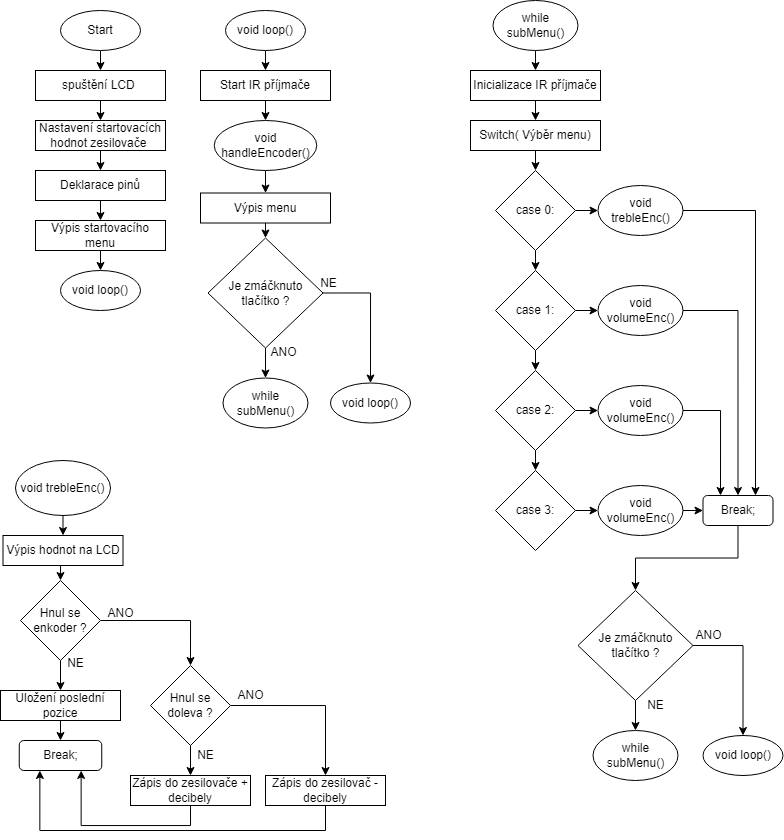
Above: Code_flowchart.png in Polkorabjaroslav/Project_adruinonano_encodermenu (draw.io), before the change. Source tidied: cells renumbered, new cells last; positions are measured from the earlier drawing's top-left corner, leaving out a move shared by most shapes.
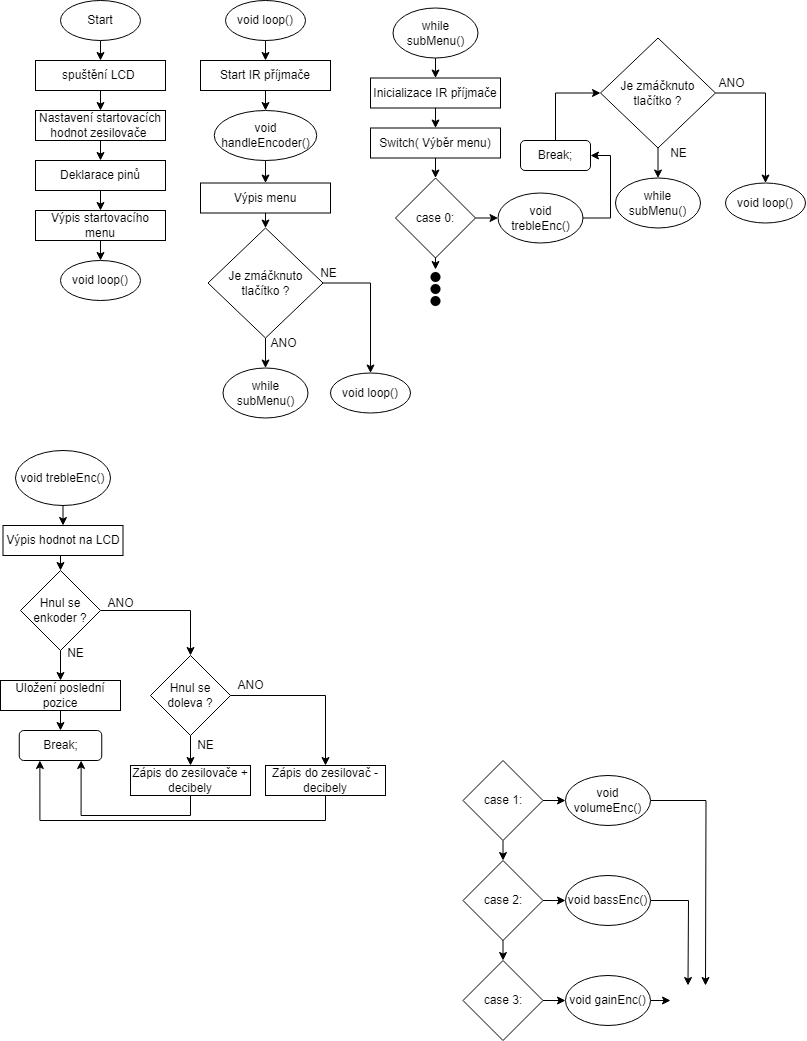
After the change.

What changed in the source:
```diff
@@ -77,28 +77,45 @@
       <mxGeometry relative="1" as="geometry" />
     </mxCell>
     <mxCell id="26" value="while subMenu()" style="ellipse;whiteSpace=wrap;html=1;" parent="1" vertex="1">
-      <mxGeometry x="492.5" width="85" height="50" as="geometry" />
+      <mxGeometry x="392.5" y="17.5" width="85" height="50" as="geometry" />
     </mxCell>
     <mxCell id="27" style="edgeStyle=orthogonalEdgeStyle;rounded=0;jettySize=auto;html=1;exitX=0.5;exitY=1;exitDx=0;exitDy=0;entryX=0.5;entryY=0;entryDx=0;entryDy=0;" parent="1" edge="1" source="28" target="30">
       <mxGeometry relative="1" as="geometry" />
     </mxCell>
     <mxCell id="28" value="Inicializace IR příjmače" style="rounded=0;whiteSpace=wrap;html=1;" parent="1" vertex="1">
-      <mxGeometry x="470" y="70" width="130" height="30" as="geometry" />
+      <mxGeometry x="370" y="87.5" width="130" height="30" as="geometry" />
     </mxCell>
     <mxCell id="29" style="edgeStyle=orthogonalEdgeStyle;rounded=0;jettySize=auto;html=1;exitX=0.5;exitY=1;exitDx=0;exitDy=0;entryX=0.5;entryY=0;entryDx=0;entryDy=0;" parent="1" edge="1" source="30" target="33">
       <mxGeometry relative="1" as="geometry" />
     </mxCell>
     <mxCell id="30" value="Switch( Výběr menu)" style="rounded=0;whiteSpace=wrap;html=1;" parent="1" vertex="1">
-      <mxGeometry x="470" y="120" width="130" height="30" as="geometry" />
+      <mxGeometry x="370" y="137.5" width="130" height="30" as="geometry" />
     </mxCell>
-    <mxCell id="31" style="edgeStyle=orthogonalEdgeStyle;rounded=0;jettySize=auto;html=1;exitX=0.5;exitY=1;exitDx=0;exitDy=0;entryX=0.5;entryY=0;entryDx=0;entryDy=0;" parent="1" edge="1" source="33" target="36">
-      <mxGeometry relative="1" as="geometry" />
-    </mxCell>
     <mxCell id="32" style="edgeStyle=orthogonalEdgeStyle;rounded=0;jettySize=auto;html=1;exitX=1;exitY=0.5;exitDx=0;exitDy=0;entryX=0;entryY=0.5;entryDx=0;entryDy=0;" parent="1" edge="1" source="33" target="51">
       <mxGeometry relative="1" as="geometry" />
     </mxCell>
+    <mxCell id="84" style="edgeStyle=orthogonalEdgeStyle;rounded=0;jettySize=auto;html=1;exitX=0.5;exitY=1;exitDx=0;exitDy=0;" parent="1" edge="1" source="33">
+      <mxGeometry relative="1" as="geometry">
+        <mxPoint x="435" y="240" as="targetPoint" />
+      </mxGeometry>
+    </mxCell>
+    <mxCell id="85" style="edgeStyle=orthogonalEdgeStyle;rounded=0;jettySize=auto;html=1;exitX=0.5;exitY=1;exitDx=0;exitDy=0;" parent="1" edge="1" source="33">
+      <mxGeometry relative="1" as="geometry">
+        <mxPoint x="435" y="250" as="targetPoint" />
+      </mxGeometry>
+    </mxCell>
+    <mxCell id="86" style="edgeStyle=orthogonalEdgeStyle;rounded=0;orthogonalLoop=1;jettySize=auto;html=1;exitX=0.5;exitY=1;exitDx=0;exitDy=0;" parent="1" edge="1">
+      <mxGeometry relative="1" as="geometry">
+        <mxPoint x="435" y="256.5" as="sourcePoint" />
+        <mxPoint x="435" y="279" as="targetPoint" />
+        <Array as="points">
+          <mxPoint x="435" y="259" />
+          <mxPoint x="435" y="259" />
+        </Array>
+      </mxGeometry>
+    </mxCell>
     <mxCell id="33" value="case 0:" style="rhombus;whiteSpace=wrap;html=1;" parent="1" vertex="1">
-      <mxGeometry x="495" y="170" width="80" height="80" as="geometry" />
+      <mxGeometry x="395" y="187.5" width="80" height="80" as="geometry" />
     </mxCell>
     <mxCell id="34" style="edgeStyle=orthogonalEdgeStyle;rounded=0;jettySize=auto;html=1;exitX=0.5;exitY=1;exitDx=0;exitDy=0;entryX=0.5;entryY=0;entryDx=0;entryDy=0;" parent="1" edge="1" source="36" target="40">
       <mxGeometry relative="1" as="geometry" />
@@ -107,11 +124,11 @@
       <mxGeometry relative="1" as="geometry" />
     </mxCell>
     <mxCell id="36" value="case 1:" style="rhombus;whiteSpace=wrap;html=1;" parent="1" vertex="1">
-      <mxGeometry x="495" y="270" width="80" height="80" as="geometry" />
+      <mxGeometry x="462.5" y="770" width="80" height="80" as="geometry" />
     </mxCell>
     <mxCell id="37" style="edgeStyle=orthogonalEdgeStyle;rounded=0;jettySize=auto;html=1;exitX=0.5;exitY=1;exitDx=0;exitDy=0;" parent="1" edge="1" source="40">
       <mxGeometry relative="1" as="geometry">
-        <mxPoint x="535" y="430" as="targetPoint" />
+        <mxPoint x="502.5" y="930" as="targetPoint" />
       </mxGeometry>
     </mxCell>
     <mxCell id="38" style="edgeStyle=orthogonalEdgeStyle;rounded=0;jettySize=auto;html=1;exitX=0.5;exitY=1;exitDx=0;exitDy=0;entryX=0.5;entryY=0;entryDx=0;entryDy=0;" parent="1" edge="1" source="40" target="42">
@@ -121,16 +138,16 @@
       <mxGeometry relative="1" as="geometry" />
     </mxCell>
     <mxCell id="40" value="case 2:" style="rhombus;whiteSpace=wrap;html=1;" parent="1" vertex="1">
-      <mxGeometry x="495" y="370" width="80" height="80" as="geometry" />
+      <mxGeometry x="462.5" y="870" width="80" height="80" as="geometry" />
     </mxCell>
     <mxCell id="41" style="edgeStyle=orthogonalEdgeStyle;rounded=0;jettySize=auto;html=1;exitX=1;exitY=0.5;exitDx=0;exitDy=0;entryX=0;entryY=0.5;entryDx=0;entryDy=0;" parent="1" edge="1" source="42" target="57">
       <mxGeometry relative="1" as="geometry" />
     </mxCell>
     <mxCell id="42" value="case 3:" style="rhombus;whiteSpace=wrap;html=1;" parent="1" vertex="1">
-      <mxGeometry x="495" y="470" width="80" height="80" as="geometry" />
+      <mxGeometry x="462.5" y="970" width="80" height="80" as="geometry" />
     </mxCell>
     <mxCell id="43" value="while subMenu()" style="ellipse;whiteSpace=wrap;html=1;" parent="1" vertex="1">
-      <mxGeometry x="592.5" y="730" width="85" height="50" as="geometry" />
+      <mxGeometry x="615" y="187.5" width="85" height="50" as="geometry" />
     </mxCell>
     <mxCell id="44" style="edgeStyle=orthogonalEdgeStyle;rounded=0;jettySize=auto;html=1;exitX=0.5;exitY=1;exitDx=0;exitDy=0;entryX=0.5;entryY=0;entryDx=0;entryDy=0;" parent="1" edge="1" source="46" target="43">
       <mxGeometry relative="1" as="geometry" />
@@ -139,46 +156,52 @@
       <mxGeometry relative="1" as="geometry" />
     </mxCell>
     <mxCell id="46" value="Je zmáčknuto tlačítko ?" style="rhombus;whiteSpace=wrap;html=1;" parent="1" vertex="1">
-      <mxGeometry x="577.5" y="590" width="115" height="110" as="geometry" />
+      <mxGeometry x="600" y="47.5" width="115" height="110" as="geometry" />
     </mxCell>
     <mxCell id="47" value="NE" style="text;html=1;align=center;verticalAlign=middle;strokeColor=none;fillColor=none;" parent="1" vertex="1">
-      <mxGeometry x="635" y="690" width="40" height="30" as="geometry" />
+      <mxGeometry x="657.5" y="147.5" width="40" height="30" as="geometry" />
     </mxCell>
     <mxCell id="48" value="ANO" style="text;html=1;align=center;verticalAlign=middle;strokeColor=none;fillColor=none;" parent="1" vertex="1">
-      <mxGeometry x="683" y="620" width="50" height="30" as="geometry" />
+      <mxGeometry x="705.5" y="77.5" width="50" height="30" as="geometry" />
     </mxCell>
     <mxCell id="49" value="void loop()" style="ellipse;whiteSpace=wrap;html=1;" parent="1" vertex="1">
-      <mxGeometry x="702.5" y="735" width="80" height="40" as="geometry" />
+      <mxGeometry x="725" y="192.5" width="80" height="40" as="geometry" />
     </mxCell>
-    <mxCell id="50" style="edgeStyle=orthogonalEdgeStyle;rounded=0;jettySize=auto;html=1;exitX=1;exitY=0.5;exitDx=0;exitDy=0;entryX=0.75;entryY=0;entryDx=0;entryDy=0;" parent="1" edge="1" source="51" target="59">
+    <mxCell id="50" style="edgeStyle=orthogonalEdgeStyle;rounded=0;jettySize=auto;html=1;exitX=1;exitY=0.5;exitDx=0;exitDy=0;entryX=1;entryY=0.5;entryDx=0;entryDy=0;" parent="1" edge="1" source="51" target="59">
       <mxGeometry relative="1" as="geometry" />
     </mxCell>
     <mxCell id="51" value="void trebleEnc()" style="ellipse;whiteSpace=wrap;html=1;" parent="1" vertex="1">
-      <mxGeometry x="597.5" y="185" width="85" height="50" as="geometry" />
+      <mxGeometry x="497.5" y="202.5" width="85" height="50" as="geometry" />
     </mxCell>
-    <mxCell id="52" style="edgeStyle=orthogonalEdgeStyle;rounded=0;jettySize=auto;html=1;exitX=1;exitY=0.5;exitDx=0;exitDy=0;entryX=0.5;entryY=0;entryDx=0;entryDy=0;" parent="1" edge="1" source="53" target="59">
-      <mxGeometry relative="1" as="geometry" />
+    <mxCell id="52" style="edgeStyle=orthogonalEdgeStyle;rounded=0;jettySize=auto;html=1;exitX=1;exitY=0.5;exitDx=0;exitDy=0;entryX=0.5;entryY=0;entryDx=0;entryDy=0;" parent="1" edge="1" source="53">
+      <mxGeometry relative="1" as="geometry">
+        <mxPoint x="705" y="995" as="targetPoint" />
+      </mxGeometry>
     </mxCell>
     <mxCell id="53" value="void volumeEnc()" style="ellipse;whiteSpace=wrap;html=1;" parent="1" vertex="1">
-      <mxGeometry x="597.5" y="285" width="85" height="50" as="geometry" />
+      <mxGeometry x="565" y="785" width="85" height="50" as="geometry" />
     </mxCell>
-    <mxCell id="54" style="edgeStyle=orthogonalEdgeStyle;rounded=0;jettySize=auto;html=1;exitX=1;exitY=0.5;exitDx=0;exitDy=0;entryX=0.25;entryY=0;entryDx=0;entryDy=0;" parent="1" edge="1" source="55" target="59">
-      <mxGeometry relative="1" as="geometry" />
+    <mxCell id="54" style="edgeStyle=orthogonalEdgeStyle;rounded=0;jettySize=auto;html=1;exitX=1;exitY=0.5;exitDx=0;exitDy=0;entryX=0.25;entryY=0;entryDx=0;entryDy=0;" parent="1" edge="1" source="55">
+      <mxGeometry relative="1" as="geometry">
+        <mxPoint x="687.5" y="995" as="targetPoint" />
+      </mxGeometry>
     </mxCell>
-    <mxCell id="55" value="void volumeEnc()" style="ellipse;whiteSpace=wrap;html=1;" parent="1" vertex="1">
-      <mxGeometry x="597.5" y="385" width="85" height="50" as="geometry" />
+    <mxCell id="55" value="void bassEnc()" style="ellipse;whiteSpace=wrap;html=1;" parent="1" vertex="1">
+      <mxGeometry x="565" y="885" width="85" height="50" as="geometry" />
     </mxCell>
-    <mxCell id="56" style="edgeStyle=orthogonalEdgeStyle;rounded=0;jettySize=auto;html=1;exitX=1;exitY=0.5;exitDx=0;exitDy=0;entryX=0;entryY=0.5;entryDx=0;entryDy=0;" parent="1" edge="1" source="57" target="59">
-      <mxGeometry relative="1" as="geometry" />
+    <mxCell id="56" style="edgeStyle=orthogonalEdgeStyle;rounded=0;jettySize=auto;html=1;exitX=1;exitY=0.5;exitDx=0;exitDy=0;entryX=0;entryY=0.5;entryDx=0;entryDy=0;" parent="1" edge="1" source="57">
+      <mxGeometry relative="1" as="geometry">
+        <mxPoint x="670" y="1010" as="targetPoint" />
+      </mxGeometry>
     </mxCell>
-    <mxCell id="57" value="void volumeEnc()" style="ellipse;whiteSpace=wrap;html=1;" parent="1" vertex="1">
-      <mxGeometry x="597.5" y="485" width="85" height="50" as="geometry" />
+    <mxCell id="57" value="void gainEnc()" style="ellipse;whiteSpace=wrap;html=1;" parent="1" vertex="1">
+      <mxGeometry x="565" y="985" width="85" height="50" as="geometry" />
     </mxCell>
-    <mxCell id="58" style="edgeStyle=orthogonalEdgeStyle;rounded=0;jettySize=auto;html=1;exitX=0.5;exitY=1;exitDx=0;exitDy=0;entryX=0.5;entryY=0;entryDx=0;entryDy=0;" parent="1" edge="1" source="59" target="46">
+    <mxCell id="58" style="edgeStyle=orthogonalEdgeStyle;rounded=0;jettySize=auto;html=1;exitX=0.5;exitY=0;exitDx=0;exitDy=0;entryX=0;entryY=0.5;entryDx=0;entryDy=0;" parent="1" edge="1" source="59" target="46">
       <mxGeometry relative="1" as="geometry" />
     </mxCell>
     <mxCell id="59" value="Break;" style="rounded=1;whiteSpace=wrap;html=1;" parent="1" vertex="1">
-      <mxGeometry x="702.5" y="495" width="70" height="30" as="geometry" />
+      <mxGeometry x="520" y="150" width="70" height="30" as="geometry" />
     </mxCell>
     <mxCell id="60" style="edgeStyle=orthogonalEdgeStyle;rounded=0;jettySize=auto;html=1;exitX=0.5;exitY=1;exitDx=0;exitDy=0;entryX=0.5;entryY=0;entryDx=0;entryDy=0;" parent="1" edge="1" source="61" target="63">
       <mxGeometry relative="1" as="geometry" />
@@ -257,5 +280,14 @@
     <mxCell id="83" value="void handleEncoder()" style="ellipse;whiteSpace=wrap;html=1;" parent="1" vertex="1">
       <mxGeometry x="213.8" y="120" width="102.5" height="50" as="geometry" />
     </mxCell>
+    <mxCell id="87" style="ellipse;whiteSpace=wrap;html=1;fillColor=#000000;strokeWidth=0;" parent="1" vertex="1">
+      <mxGeometry x="430" y="281.5" width="10" height="10" as="geometry" />
+    </mxCell>
+    <mxCell id="88" style="ellipse;whiteSpace=wrap;html=1;fillColor=#000000;strokeWidth=0;" parent="1" vertex="1">
+      <mxGeometry x="430" y="293.5" width="10" height="10" as="geometry" />
+    </mxCell>
+    <mxCell id="89" style="ellipse;whiteSpace=wrap;html=1;fillColor=#000000;strokeWidth=0;" parent="1" vertex="1">
+      <mxGeometry x="430" y="305.5" width="10" height="10" as="geometry" />
+    </mxCell>
   </root>
 </mxGraphModel>
```
